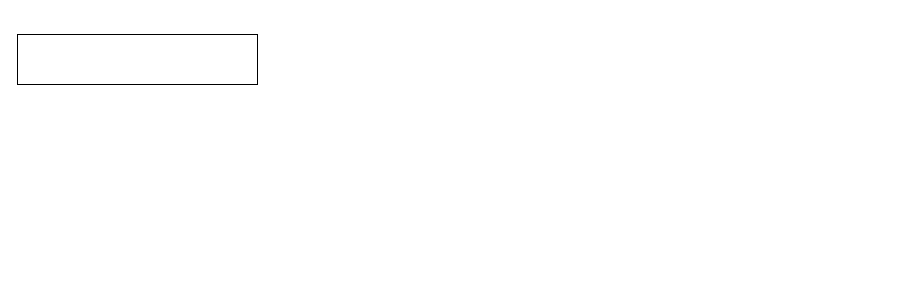
The draw.io diagram page "Page-2" (2 of 2) of Untitled Diagram.drawio in 1656549602/shenlanglove, before the edit. Source tidied: cells renumbered, new cells numbered last; positions are measured from the earlier drawing's top-left corner, leaving out a move shared by most shapes. Both pictures are drawn from the tidied source at 100%, with x=0, y=0 at pixel (17, 34).
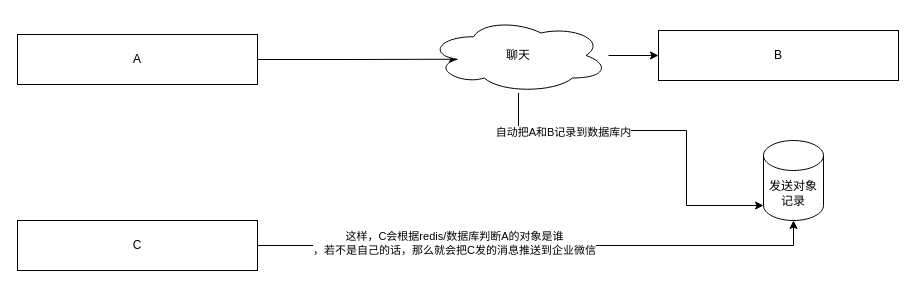
The same diagram, later.

Commit message:
补充C发送的消息自动推送到企业微信

The edit, as a diff of the source:
```diff
@@
 <mxGraphModel>
   <root>
     <mxCell id="0" />
     <mxCell id="1" parent="0" />
+    <mxCell id="3" style="edgeStyle=orthogonalEdgeStyle;rounded=0;jettySize=auto;html=1;entryX=0.16;entryY=0.55;entryDx=0;entryDy=0;entryPerimeter=0;" parent="1" edge="1" source="2" target="8">
+      <mxGeometry relative="1" as="geometry" />
+    </mxCell>
-    <mxCell id="2" style="rounded=0;whiteSpace=wrap;html=1;" parent="1" vertex="1">
+    <mxCell id="2" value="A" style="rounded=0;whiteSpace=wrap;html=1;" parent="1" vertex="1">
       <mxGeometry width="240" height="50" as="geometry" />
     </mxCell>
+    <mxCell id="4" value="B" style="rounded=0;whiteSpace=wrap;html=1;" parent="1" vertex="1">
+      <mxGeometry x="641" y="-4" width="240" height="50" as="geometry" />
+    </mxCell>
+    <mxCell id="5" style="edgeStyle=orthogonalEdgeStyle;rounded=0;jettySize=auto;html=1;" parent="1" edge="1" source="8" target="4">
+      <mxGeometry relative="1" as="geometry" />
+    </mxCell>
+    <mxCell id="6" style="edgeStyle=orthogonalEdgeStyle;rounded=0;jettySize=auto;html=1;entryX=0;entryY=1;entryDx=0;entryDy=-15;entryPerimeter=0;" parent="1" edge="1" source="8" target="12">
+      <mxGeometry relative="1" as="geometry">
+        <Array as="points">
+          <mxPoint x="501" y="96" />
+          <mxPoint x="669" y="96" />
+          <mxPoint x="669" y="171" />
+        </Array>
+      </mxGeometry>
+    </mxCell>
+    <mxCell id="7" value="自动把A和B记录到数据库内" style="edgeLabel;html=1;align=center;verticalAlign=middle;" parent="6" vertex="1">
+      <mxGeometry x="-0.54" y="-1" relative="1" as="geometry" />
+    </mxCell>
+    <mxCell id="8" value="聊天" style="ellipse;shape=cloud;whiteSpace=wrap;html=1;" parent="1" vertex="1">
+      <mxGeometry x="411" y="-16.5" width="180" height="75" as="geometry" />
+    </mxCell>
+    <mxCell id="9" style="edgeStyle=orthogonalEdgeStyle;rounded=0;jettySize=auto;html=1;entryX=0.5;entryY=1;entryDx=0;entryDy=0;entryPerimeter=0;" parent="1" edge="1" source="11" target="12">
+      <mxGeometry relative="1" as="geometry" />
+    </mxCell>
+    <mxCell id="10" value="这样，C会根据redis/数据库判断A的对象是谁&lt;br&gt;，若不是自己的话，那么就会把C发的消息推送到企业微信" style="edgeLabel;html=1;align=center;verticalAlign=middle;" parent="9" vertex="1">
+      <mxGeometry x="-0.44" y="3" relative="1" as="geometry">
+        <mxPoint x="39" as="offset" />
+      </mxGeometry>
+    </mxCell>
+    <mxCell id="11" value="C" style="rounded=0;whiteSpace=wrap;html=1;" parent="1" vertex="1">
+      <mxGeometry y="186" width="240" height="50" as="geometry" />
+    </mxCell>
+    <mxCell id="12" value="发送对象记录" style="shape=cylinder3;whiteSpace=wrap;html=1;boundedLbl=1;backgroundOutline=1;size=15;" parent="1" vertex="1">
+      <mxGeometry x="746" y="106" width="60" height="80" as="geometry" />
+    </mxCell>
   </root>
 </mxGraphModel>
```
